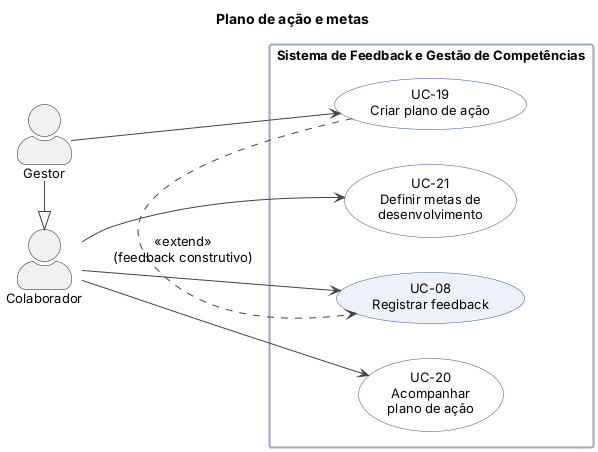
Before: docs/modelagem/casos-de-uso/UC_04_Plano_e_Metas.png, a diagram exported from PlantUML (isadora-yasmim/dominios-de-software-2026-2).
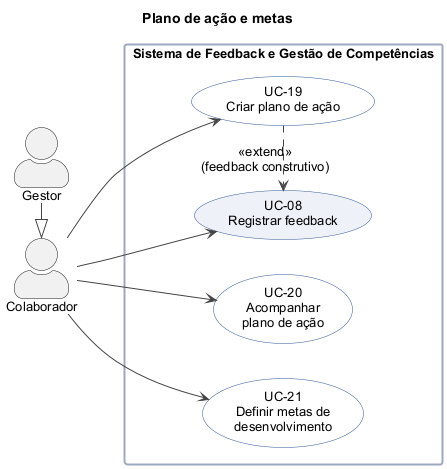
Later version of the same file.

Change to the diagram source:
```diff
@@ -34,6 +34,6 @@
 COL --> UC08
 COL --> UC20
 COL --> UC21
-GES --> UC19
+COL --> UC19
 UC19 .> UC08 : <<extend>>\n(feedback construtivo)
 @enduml
```
